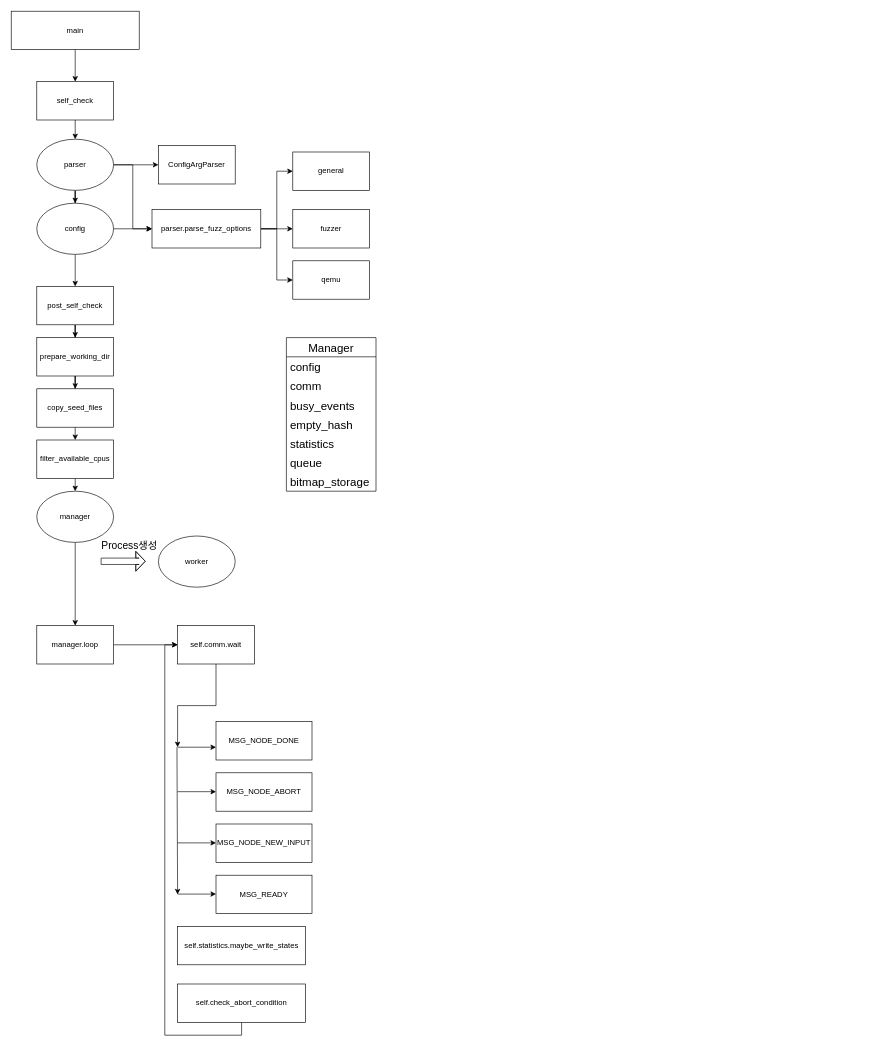
This is kAFL분석.drawio from FuzzerTV/Drawio, a draw.io file, before an edit. Source tidied: cells renumbered, new cells numbered last; positions are measured from the earlier drawing's top-left corner, leaving out a move shared by most shapes. Both pictures are drawn from the tidied source at 64%, with x=0, y=0 at pixel (11, 11).
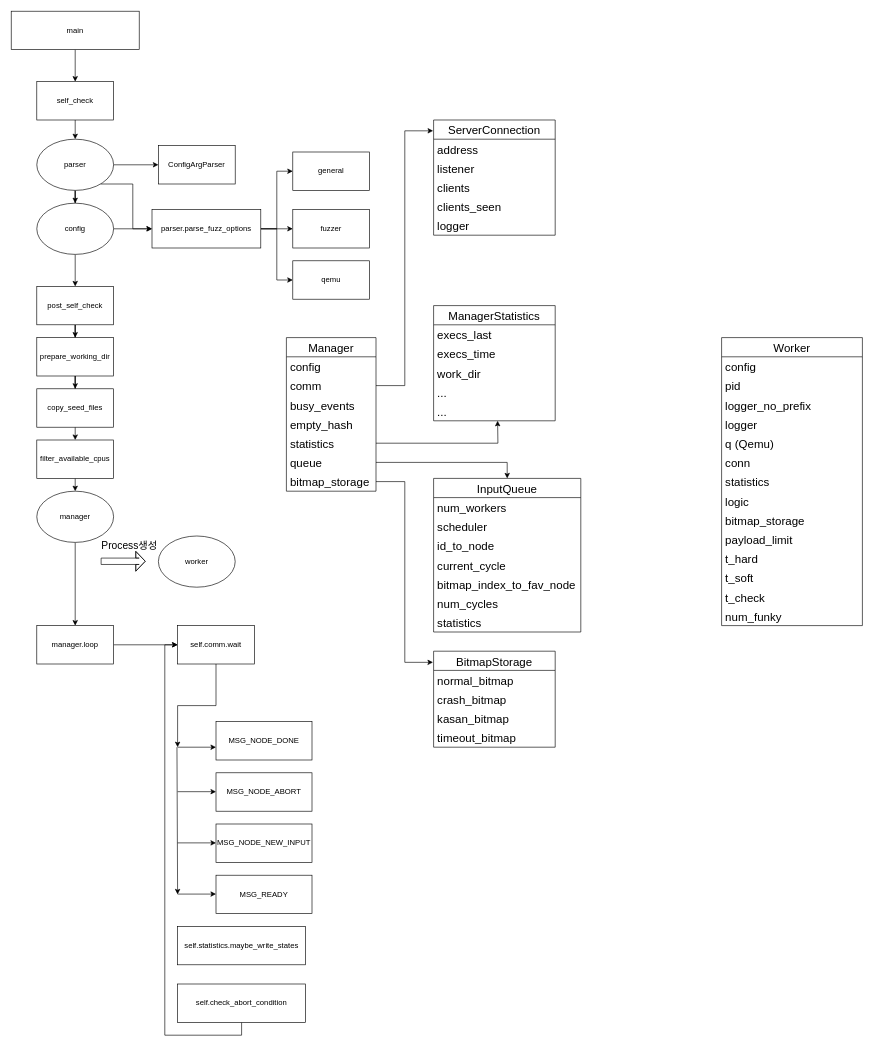
The same diagram, later.

Commit message:
Manager객체들&&역할 분석할 예정

Unchanged cells that the change refers to:
```xml
<mxCell id="9" value="parser.parse_fuzz_options" style="rounded=0;whiteSpace=wrap;html=1;" parent="1" vertex="1">
  <mxGeometry x="220" y="310" width="170" height="60" as="geometry" />
</mxCell>
<mxCell id="16" value="parser" style="ellipse;whiteSpace=wrap;html=1;" parent="1" vertex="1">
  <mxGeometry x="40" y="200" width="120" height="80" as="geometry" />
</mxCell>
<mxCell id="38" value="comm" style="text;strokeColor=none;fillColor=none;align=left;verticalAlign=middle;spacingLeft=4;spacingRight=4;overflow=hidden;points=[[0,0.5],[1,0.5]];portConstraint=eastwest;fontSize=18;" parent="36" vertex="1">
  <mxGeometry y="60" width="140" height="30" as="geometry" />
</mxCell>
<mxCell id="41" value="statistics" style="text;strokeColor=none;fillColor=none;align=left;verticalAlign=middle;spacingLeft=4;spacingRight=4;overflow=hidden;points=[[0,0.5],[1,0.5]];portConstraint=eastwest;fontSize=18;" parent="36" vertex="1">
  <mxGeometry y="150" width="140" height="30" as="geometry" />
</mxCell>
<mxCell id="42" value="queue" style="text;strokeColor=none;fillColor=none;align=left;verticalAlign=middle;spacingLeft=4;spacingRight=4;overflow=hidden;points=[[0,0.5],[1,0.5]];portConstraint=eastwest;fontSize=18;" parent="36" vertex="1">
  <mxGeometry y="180" width="140" height="30" as="geometry" />
</mxCell>
<mxCell id="43" value="bitmap_storage" style="text;strokeColor=none;fillColor=none;align=left;verticalAlign=middle;spacingLeft=4;spacingRight=4;overflow=hidden;points=[[0,0.5],[1,0.5]];portConstraint=eastwest;fontSize=18;" parent="36" vertex="1">
  <mxGeometry y="210" width="140" height="30" as="geometry" />
</mxCell>
```

The edit, as a diff of the source:
```diff
@@
     <mxCell id="13" style="edgeStyle=orthogonalEdgeStyle;rounded=0;jettySize=auto;html=1;entryX=0;entryY=0.5;entryDx=0;entryDy=0;" parent="1" edge="1" source="16" target="9">
-      <mxGeometry relative="1" as="geometry" />
+      <mxGeometry relative="1" as="geometry">
+        <Array as="points">
+          <mxPoint x="190" y="270" />
+          <mxPoint x="190" y="340" />
+        </Array>
+      </mxGeometry>
     </mxCell>
@@
+    <mxCell id="59" value="Worker" style="swimlane;fontStyle=0;horizontal=1;startSize=30;fontSize=18;noLabel=0;arcSize=15;" parent="1" vertex="1">
+      <mxGeometry x="1110" y="510" width="220" height="450" as="geometry" />
+    </mxCell>
+    <mxCell id="60" value="config" style="text;strokeColor=none;fillColor=none;align=left;verticalAlign=middle;spacingLeft=4;spacingRight=4;overflow=hidden;fontSize=18;" parent="59" vertex="1">
+      <mxGeometry y="30" width="220" height="30" as="geometry" />
+    </mxCell>
+    <mxCell id="61" value="pid" style="text;strokeColor=none;fillColor=none;align=left;verticalAlign=middle;spacingLeft=4;spacingRight=4;overflow=hidden;fontSize=18;" parent="59" vertex="1">
+      <mxGeometry y="60" width="220" height="30" as="geometry" />
+    </mxCell>
+    <mxCell id="62" value="logger_no_prefix" style="text;strokeColor=none;fillColor=none;align=left;verticalAlign=middle;spacingLeft=4;spacingRight=4;overflow=hidden;fontSize=18;" parent="59" vertex="1">
+      <mxGeometry y="90" width="220" height="30" as="geometry" />
+    </mxCell>
+    <mxCell id="63" value="logger" style="text;strokeColor=none;fillColor=none;align=left;verticalAlign=middle;spacingLeft=4;spacingRight=4;overflow=hidden;fontSize=18;" parent="59" vertex="1">
+      <mxGeometry y="120" width="220" height="30" as="geometry" />
+    </mxCell>
+    <mxCell id="64" value="q (Qemu)" style="text;strokeColor=none;fillColor=none;align=left;verticalAlign=middle;spacingLeft=4;spacingRight=4;overflow=hidden;fontSize=18;" parent="59" vertex="1">
+      <mxGeometry y="150" width="220" height="30" as="geometry" />
+    </mxCell>
+    <mxCell id="65" value="conn" style="text;strokeColor=none;fillColor=none;align=left;verticalAlign=middle;spacingLeft=4;spacingRight=4;overflow=hidden;fontSize=18;" parent="59" vertex="1">
+      <mxGeometry y="180" width="220" height="30" as="geometry" />
+    </mxCell>
+    <mxCell id="66" value="statistics" style="text;strokeColor=none;fillColor=none;align=left;verticalAlign=middle;spacingLeft=4;spacingRight=4;overflow=hidden;fontSize=18;" parent="59" vertex="1">
+      <mxGeometry y="210" width="220" height="30" as="geometry" />
+    </mxCell>
+    <mxCell id="67" value="logic" style="text;strokeColor=none;fillColor=none;align=left;verticalAlign=middle;spacingLeft=4;spacingRight=4;overflow=hidden;fontSize=18;" parent="59" vertex="1">
+      <mxGeometry y="240" width="220" height="30" as="geometry" />
+    </mxCell>
+    <mxCell id="68" value="bitmap_storage" style="text;strokeColor=none;fillColor=none;align=left;verticalAlign=middle;spacingLeft=4;spacingRight=4;overflow=hidden;fontSize=18;" parent="59" vertex="1">
+      <mxGeometry y="270" width="220" height="30" as="geometry" />
+    </mxCell>
+    <mxCell id="69" value="payload_limit" style="text;strokeColor=none;fillColor=none;align=left;verticalAlign=middle;spacingLeft=4;spacingRight=4;overflow=hidden;fontSize=18;" parent="59" vertex="1">
+      <mxGeometry y="300" width="220" height="30" as="geometry" />
+    </mxCell>
+    <mxCell id="70" value="t_hard" style="text;strokeColor=none;fillColor=none;align=left;verticalAlign=middle;spacingLeft=4;spacingRight=4;overflow=hidden;fontSize=18;" parent="59" vertex="1">
+      <mxGeometry y="330" width="220" height="30" as="geometry" />
+    </mxCell>
+    <mxCell id="71" value="t_soft" style="text;strokeColor=none;fillColor=none;align=left;verticalAlign=middle;spacingLeft=4;spacingRight=4;overflow=hidden;fontSize=18;" parent="59" vertex="1">
+      <mxGeometry y="360" width="220" height="30" as="geometry" />
+    </mxCell>
+    <mxCell id="72" value="t_check" style="text;strokeColor=none;fillColor=none;align=left;verticalAlign=middle;spacingLeft=4;spacingRight=4;overflow=hidden;fontSize=18;" parent="59" vertex="1">
+      <mxGeometry y="390" width="220" height="30" as="geometry" />
+    </mxCell>
+    <mxCell id="73" value="num_funky" style="text;strokeColor=none;fillColor=none;align=left;verticalAlign=middle;spacingLeft=4;spacingRight=4;overflow=hidden;fontSize=18;" parent="59" vertex="1">
+      <mxGeometry y="420" width="220" height="30" as="geometry" />
+    </mxCell>
+    <mxCell id="74" value="ServerConnection" style="swimlane;fontStyle=0;horizontal=1;startSize=30;fontSize=18;noLabel=0;arcSize=15;" parent="1" vertex="1">
+      <mxGeometry x="660" y="170" width="190" height="180" as="geometry" />
+    </mxCell>
+    <mxCell id="75" value="address" style="text;strokeColor=none;fillColor=none;align=left;verticalAlign=middle;spacingLeft=4;spacingRight=4;overflow=hidden;fontSize=18;" parent="74" vertex="1">
+      <mxGeometry y="30" width="190" height="30" as="geometry" />
+    </mxCell>
+    <mxCell id="76" value="listener" style="text;strokeColor=none;fillColor=none;align=left;verticalAlign=middle;spacingLeft=4;spacingRight=4;overflow=hidden;fontSize=18;" parent="74" vertex="1">
+      <mxGeometry y="60" width="190" height="30" as="geometry" />
+    </mxCell>
+    <mxCell id="77" value="clients" style="text;strokeColor=none;fillColor=none;align=left;verticalAlign=middle;spacingLeft=4;spacingRight=4;overflow=hidden;fontSize=18;" parent="74" vertex="1">
+      <mxGeometry y="90" width="190" height="30" as="geometry" />
+    </mxCell>
+    <mxCell id="78" value="clients_seen" style="text;strokeColor=none;fillColor=none;align=left;verticalAlign=middle;spacingLeft=4;spacingRight=4;overflow=hidden;fontSize=18;" parent="74" vertex="1">
+      <mxGeometry y="120" width="190" height="30" as="geometry" />
+    </mxCell>
+    <mxCell id="79" value="logger" style="text;strokeColor=none;fillColor=none;align=left;verticalAlign=middle;spacingLeft=4;spacingRight=4;overflow=hidden;fontSize=18;" parent="74" vertex="1">
+      <mxGeometry y="150" width="190" height="30" as="geometry" />
+    </mxCell>
+    <mxCell id="80" value="ManagerStatistics" style="swimlane;fontStyle=0;horizontal=1;startSize=30;fontSize=18;noLabel=0;arcSize=15;" parent="1" vertex="1">
+      <mxGeometry x="660" y="460" width="190" height="180" as="geometry" />
+    </mxCell>
+    <mxCell id="81" value="execs_last" style="text;strokeColor=none;fillColor=none;align=left;verticalAlign=middle;spacingLeft=4;spacingRight=4;overflow=hidden;fontSize=18;" parent="80" vertex="1">
+      <mxGeometry y="30" width="190" height="30" as="geometry" />
+    </mxCell>
+    <mxCell id="82" value="execs_time" style="text;strokeColor=none;fillColor=none;align=left;verticalAlign=middle;spacingLeft=4;spacingRight=4;overflow=hidden;fontSize=18;" parent="80" vertex="1">
+      <mxGeometry y="60" width="190" height="30" as="geometry" />
+    </mxCell>
+    <mxCell id="83" value="work_dir" style="text;strokeColor=none;fillColor=none;align=left;verticalAlign=middle;spacingLeft=4;spacingRight=4;overflow=hidden;fontSize=18;" parent="80" vertex="1">
+      <mxGeometry y="90" width="190" height="30" as="geometry" />
+    </mxCell>
+    <mxCell id="84" value="..." style="text;strokeColor=none;fillColor=none;align=left;verticalAlign=middle;spacingLeft=4;spacingRight=4;overflow=hidden;fontSize=18;" parent="80" vertex="1">
+      <mxGeometry y="120" width="190" height="30" as="geometry" />
+    </mxCell>
+    <mxCell id="85" value="..." style="text;strokeColor=none;fillColor=none;align=left;verticalAlign=middle;spacingLeft=4;spacingRight=4;overflow=hidden;fontSize=18;" parent="80" vertex="1">
+      <mxGeometry y="150" width="190" height="30" as="geometry" />
+    </mxCell>
+    <mxCell id="86" value="InputQueue" style="swimlane;fontStyle=0;horizontal=1;startSize=30;fontSize=18;noLabel=0;arcSize=15;" parent="1" vertex="1">
+      <mxGeometry x="660" y="730" width="230" height="240" as="geometry" />
+    </mxCell>
+    <mxCell id="87" value="num_workers" style="text;strokeColor=none;fillColor=none;align=left;verticalAlign=middle;spacingLeft=4;spacingRight=4;overflow=hidden;fontSize=18;" parent="86" vertex="1">
+      <mxGeometry y="30" width="230" height="30" as="geometry" />
+    </mxCell>
+    <mxCell id="88" value="scheduler" style="text;strokeColor=none;fillColor=none;align=left;verticalAlign=middle;spacingLeft=4;spacingRight=4;overflow=hidden;fontSize=18;" parent="86" vertex="1">
+      <mxGeometry y="60" width="230" height="30" as="geometry" />
+    </mxCell>
+    <mxCell id="89" value="id_to_node" style="text;strokeColor=none;fillColor=none;align=left;verticalAlign=middle;spacingLeft=4;spacingRight=4;overflow=hidden;fontSize=18;" parent="86" vertex="1">
+      <mxGeometry y="90" width="230" height="30" as="geometry" />
+    </mxCell>
+    <mxCell id="90" value="current_cycle" style="text;strokeColor=none;fillColor=none;align=left;verticalAlign=middle;spacingLeft=4;spacingRight=4;overflow=hidden;fontSize=18;" parent="86" vertex="1">
+      <mxGeometry y="120" width="230" height="30" as="geometry" />
+    </mxCell>
+    <mxCell id="91" value="bitmap_index_to_fav_node" style="text;strokeColor=none;fillColor=none;align=left;verticalAlign=middle;spacingLeft=4;spacingRight=4;overflow=hidden;fontSize=18;" parent="86" vertex="1">
+      <mxGeometry y="150" width="230" height="30" as="geometry" />
+    </mxCell>
+    <mxCell id="92" value="num_cycles" style="text;strokeColor=none;fillColor=none;align=left;verticalAlign=middle;spacingLeft=4;spacingRight=4;overflow=hidden;fontSize=18;" parent="86" vertex="1">
+      <mxGeometry y="180" width="230" height="30" as="geometry" />
+    </mxCell>
+    <mxCell id="93" value="statistics" style="text;strokeColor=none;fillColor=none;align=left;verticalAlign=middle;spacingLeft=4;spacingRight=4;overflow=hidden;fontSize=18;" parent="86" vertex="1">
+      <mxGeometry y="210" width="230" height="30" as="geometry" />
+    </mxCell>
+    <mxCell id="94" value="BitmapStorage" style="swimlane;fontStyle=0;horizontal=1;startSize=30;fontSize=18;noLabel=0;arcSize=15;" parent="1" vertex="1">
+      <mxGeometry x="660" y="1000" width="190" height="150" as="geometry" />
+    </mxCell>
+    <mxCell id="95" value="normal_bitmap" style="text;strokeColor=none;fillColor=none;align=left;verticalAlign=middle;spacingLeft=4;spacingRight=4;overflow=hidden;fontSize=18;" parent="94" vertex="1">
+      <mxGeometry y="30" width="190" height="30" as="geometry" />
+    </mxCell>
+    <mxCell id="96" value="crash_bitmap" style="text;strokeColor=none;fillColor=none;align=left;verticalAlign=middle;spacingLeft=4;spacingRight=4;overflow=hidden;fontSize=18;" parent="94" vertex="1">
+      <mxGeometry y="60" width="190" height="30" as="geometry" />
+    </mxCell>
+    <mxCell id="97" value="kasan_bitmap" style="text;strokeColor=none;fillColor=none;align=left;verticalAlign=middle;spacingLeft=4;spacingRight=4;overflow=hidden;fontSize=18;" parent="94" vertex="1">
+      <mxGeometry y="90" width="190" height="30" as="geometry" />
+    </mxCell>
+    <mxCell id="98" value="timeout_bitmap" style="text;strokeColor=none;fillColor=none;align=left;verticalAlign=middle;spacingLeft=4;spacingRight=4;overflow=hidden;fontSize=18;" parent="94" vertex="1">
+      <mxGeometry y="120" width="190" height="30" as="geometry" />
+    </mxCell>
+    <mxCell id="99" style="edgeStyle=orthogonalEdgeStyle;rounded=0;jettySize=auto;html=1;exitX=1;exitY=0.5;exitDx=0;exitDy=0;entryX=-0.004;entryY=0.094;entryDx=0;entryDy=0;entryPerimeter=0;" parent="1" edge="1" source="38" target="74">
+      <mxGeometry relative="1" as="geometry" />
+    </mxCell>
+    <mxCell id="100" style="edgeStyle=orthogonalEdgeStyle;rounded=0;jettySize=auto;html=1;exitX=1;exitY=0.5;exitDx=0;exitDy=0;entryX=-0.005;entryY=0.116;entryDx=0;entryDy=0;entryPerimeter=0;" parent="1" edge="1" source="43" target="94">
+      <mxGeometry relative="1" as="geometry" />
+    </mxCell>
+    <mxCell id="101" style="edgeStyle=orthogonalEdgeStyle;rounded=0;jettySize=auto;html=1;exitX=1;exitY=0.5;exitDx=0;exitDy=0;entryX=0.5;entryY=0;entryDx=0;entryDy=0;" parent="1" edge="1" source="42" target="86">
+      <mxGeometry relative="1" as="geometry" />
+    </mxCell>
+    <mxCell id="102" style="edgeStyle=orthogonalEdgeStyle;rounded=0;jettySize=auto;html=1;exitX=1;exitY=0.5;exitDx=0;exitDy=0;" parent="1" edge="1" source="41">
+      <mxGeometry relative="1" as="geometry">
+        <mxPoint x="760" y="640" as="targetPoint" />
+      </mxGeometry>
+    </mxCell>
```
